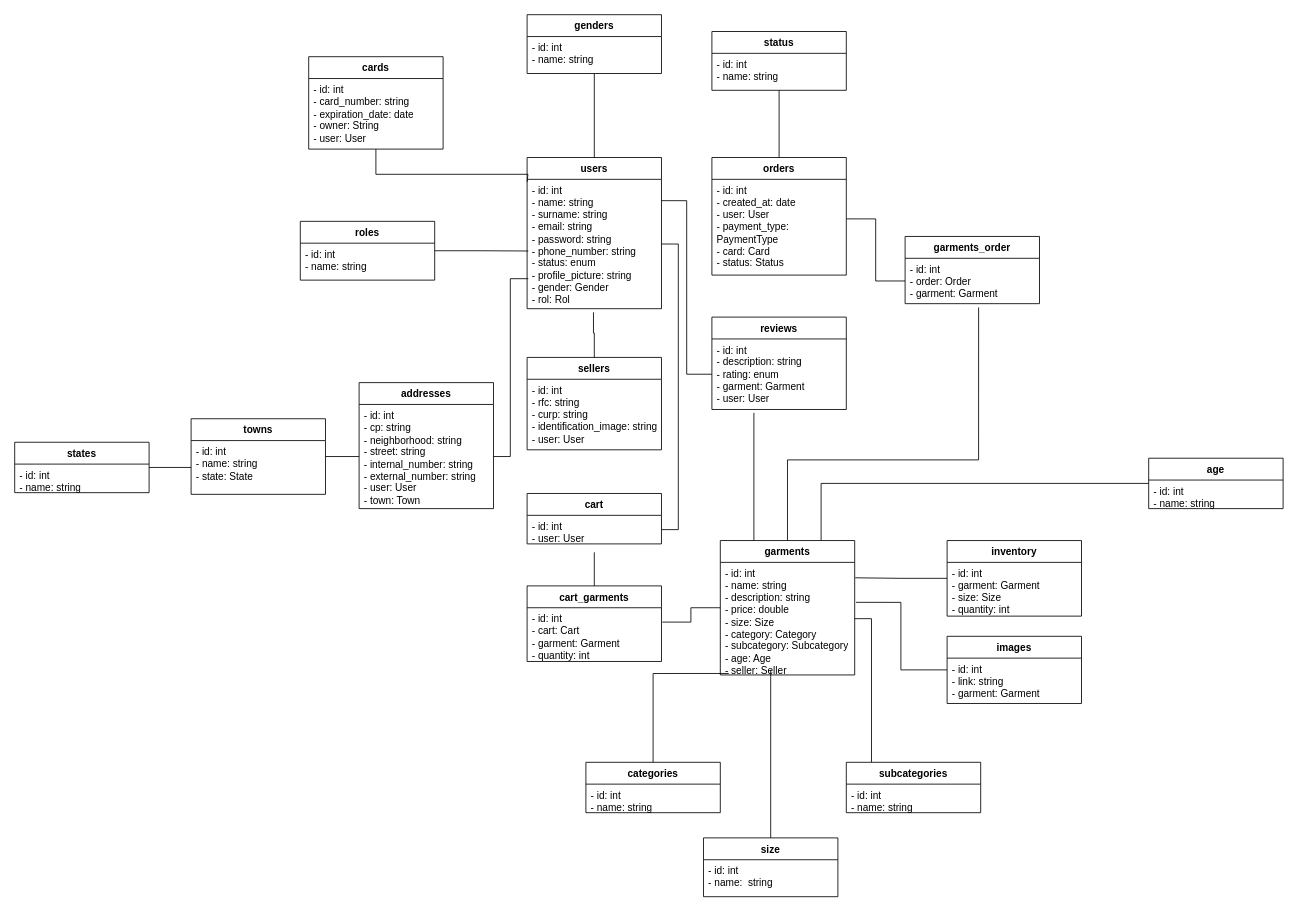
EmilianoChofis/c4CarsiShop keeps this draw.io diagram as page "Codigo" (5 of 10) of Diagrama/c4CarsiShop.drawio. Above is the earlier version. Source tidied: cells renumbered, new cells numbered last; positions are measured from the earlier drawing's top-left corner, leaving out a move shared by most shapes. Both pictures are drawn from the tidied source at 84%, with x=0, y=0 at pixel (14, 14).
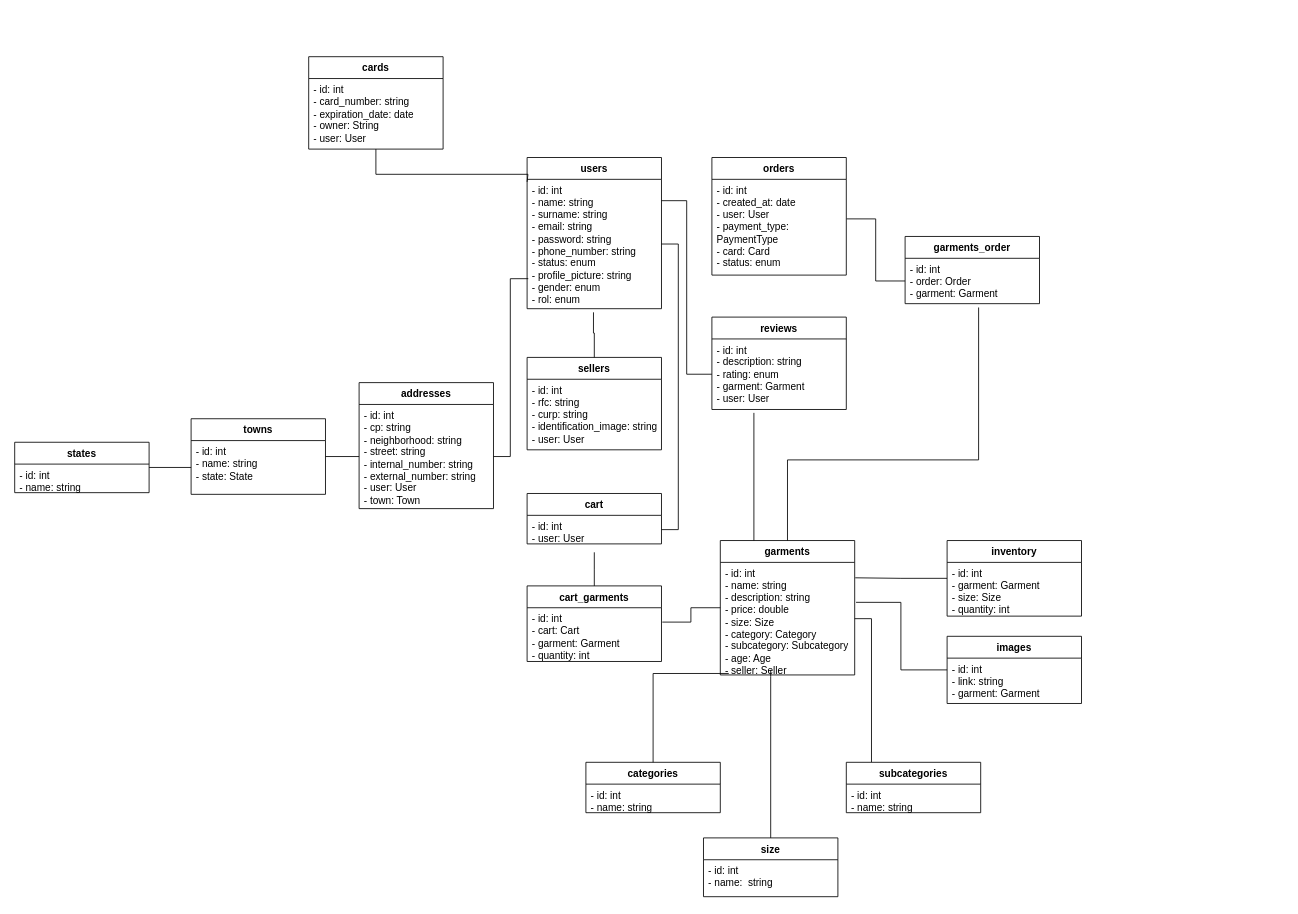
The same diagram, later.

Commit message:
codigfo actulizado a nuevo esquema

Unchanged cells that the change refers to:
```xml
<mxCell id="4" value="users" style="swimlane;fontStyle=1;align=center;verticalAlign=top;horizontal=1;startSize=26;whiteSpace=wrap;html=1;" parent="1" vertex="1">
  <mxGeometry x="610" y="170" width="160" height="180" as="geometry" />
</mxCell>
<mxCell id="20" value="orders" style="swimlane;fontStyle=1;align=center;verticalAlign=top;horizontal=1;startSize=26;whiteSpace=wrap;html=1;" parent="1" vertex="1">
  <mxGeometry x="830" y="170" width="160" height="140" as="geometry" />
</mxCell>
<mxCell id="26" value="garments" style="swimlane;fontStyle=1;align=center;verticalAlign=top;horizontal=1;startSize=26;whiteSpace=wrap;html=1;" parent="1" vertex="1">
  <mxGeometry x="840" y="626" width="160" height="160" as="geometry" />
</mxCell>
```

The edit, as a diff of the source:
```diff
@@
-    <mxCell id="2" value="roles" style="swimlane;fontStyle=1;align=center;verticalAlign=top;horizontal=1;startSize=26;whiteSpace=wrap;html=1;" parent="1" vertex="1">
-      <mxGeometry x="340" y="246" width="160" height="70" as="geometry" />
-    </mxCell>
-    <mxCell id="3" value="- id: int&lt;div&gt;- name: string&lt;/div&gt;" style="text;strokeColor=none;fillColor=none;align=left;verticalAlign=top;spacingLeft=4;spacingRight=4;overflow=hidden;whiteSpace=wrap;html=1;" parent="2" vertex="1">
-      <mxGeometry y="26" width="160" height="44" as="geometry" />
-    </mxCell>
@@
-    <mxCell id="5" value="- id: int&lt;div&gt;- name: string&lt;/div&gt;&lt;div&gt;- surname: string&lt;/div&gt;&lt;div&gt;- email: string&lt;/div&gt;&lt;div&gt;- password: string&lt;/div&gt;&lt;div&gt;- phone_number: string&lt;/div&gt;&lt;div&gt;- status: enum&lt;/div&gt;&lt;div&gt;- profile_picture: string&lt;/div&gt;&lt;div&gt;- gender: Gender&lt;/div&gt;&lt;div&gt;- rol: Rol&lt;/div&gt;" style="text;strokeColor=none;fillColor=none;align=left;verticalAlign=top;spacingLeft=4;spacingRight=4;overflow=hidden;points=[[0,0.5],[1,0.5]];portConstraint=eastwest;whiteSpace=wrap;html=1;" parent="4" vertex="1">
+    <mxCell id="5" value="- id: int&lt;div&gt;- name: string&lt;/div&gt;&lt;div&gt;- surname: string&lt;/div&gt;&lt;div&gt;- email: string&lt;/div&gt;&lt;div&gt;- password: string&lt;/div&gt;&lt;div&gt;- phone_number: string&lt;/div&gt;&lt;div&gt;- status: enum&lt;/div&gt;&lt;div&gt;- profile_picture: string&lt;/div&gt;&lt;div&gt;- gender: enum&lt;/div&gt;&lt;div&gt;- rol: enum&lt;/div&gt;" style="text;strokeColor=none;fillColor=none;align=left;verticalAlign=top;spacingLeft=4;spacingRight=4;overflow=hidden;points=[[0,0.5],[1,0.5]];portConstraint=eastwest;whiteSpace=wrap;html=1;" parent="4" vertex="1">
       <mxGeometry y="26" width="160" height="154" as="geometry" />
     </mxCell>
-    <mxCell id="6" style="edgeStyle=orthogonalEdgeStyle;rounded=0;jettySize=auto;html=1;endArrow=none;endFill=0;" parent="1" edge="1" source="7" target="4">
-      <mxGeometry relative="1" as="geometry" />
-    </mxCell>
-    <mxCell id="7" value="genders" style="swimlane;fontStyle=1;align=center;verticalAlign=top;horizontal=1;startSize=26;whiteSpace=wrap;html=1;" parent="1" vertex="1">
-      <mxGeometry x="610" width="160" height="70" as="geometry" />
-    </mxCell>
-    <mxCell id="8" value="- id: int&lt;div&gt;- name: string&lt;/div&gt;" style="text;strokeColor=none;fillColor=none;align=left;verticalAlign=top;spacingLeft=4;spacingRight=4;overflow=hidden;whiteSpace=wrap;html=1;" parent="7" vertex="1">
-      <mxGeometry y="26" width="160" height="44" as="geometry" />
-    </mxCell>
@@
-    <mxCell id="17" style="edgeStyle=orthogonalEdgeStyle;rounded=0;jettySize=auto;html=1;endArrow=none;endFill=0;" parent="1" edge="1" source="18" target="20">
-      <mxGeometry relative="1" as="geometry" />
-    </mxCell>
-    <mxCell id="18" value="status" style="swimlane;fontStyle=1;align=center;verticalAlign=top;horizontal=1;startSize=26;whiteSpace=wrap;html=1;" parent="1" vertex="1">
-      <mxGeometry x="830" y="20" width="160" height="70" as="geometry" />
-    </mxCell>
-    <mxCell id="19" value="- id: int&lt;div&gt;- name: string&lt;/div&gt;" style="text;strokeColor=none;fillColor=none;align=left;verticalAlign=top;spacingLeft=4;spacingRight=4;overflow=hidden;whiteSpace=wrap;html=1;" parent="18" vertex="1">
-      <mxGeometry y="26" width="160" height="44" as="geometry" />
-    </mxCell>
@@
-    <mxCell id="21" value="- id: int&lt;div&gt;- created_at: date&lt;/div&gt;&lt;div&gt;- user: User&lt;br&gt;&lt;/div&gt;&lt;div&gt;- payment_type: PaymentType&lt;/div&gt;&lt;div&gt;- card: Card&lt;/div&gt;&lt;div&gt;- status: Status&lt;/div&gt;" style="text;strokeColor=none;fillColor=none;align=left;verticalAlign=top;spacingLeft=4;spacingRight=4;overflow=hidden;points=[[0,0.5],[1,0.5]];portConstraint=eastwest;whiteSpace=wrap;html=1;" parent="20" vertex="1">
+    <mxCell id="21" value="- id: int&lt;div&gt;- created_at: date&lt;/div&gt;&lt;div&gt;- user: User&lt;br&gt;&lt;/div&gt;&lt;div&gt;- payment_type: PaymentType&lt;/div&gt;&lt;div&gt;- card: Card&lt;/div&gt;&lt;div&gt;- status: enum&lt;/div&gt;" style="text;strokeColor=none;fillColor=none;align=left;verticalAlign=top;spacingLeft=4;spacingRight=4;overflow=hidden;points=[[0,0.5],[1,0.5]];portConstraint=eastwest;whiteSpace=wrap;html=1;" parent="20" vertex="1">
       <mxGeometry y="26" width="160" height="114" as="geometry" />
     </mxCell>
@@
-    <mxCell id="28" style="edgeStyle=orthogonalEdgeStyle;rounded=0;jettySize=auto;html=1;endArrow=none;endFill=0;entryX=0.75;entryY=0;entryDx=0;entryDy=0;" parent="1" edge="1" source="29" target="26">
-      <mxGeometry relative="1" as="geometry" />
-    </mxCell>
-    <mxCell id="29" value="age" style="swimlane;fontStyle=1;align=center;verticalAlign=top;horizontal=1;startSize=26;whiteSpace=wrap;html=1;" parent="1" vertex="1">
-      <mxGeometry x="1350" y="528" width="160" height="60" as="geometry" />
-    </mxCell>
-    <mxCell id="30" value="- id: int&lt;br&gt;&lt;div&gt;- name: string&lt;/div&gt;" style="text;strokeColor=none;fillColor=none;align=left;verticalAlign=top;spacingLeft=4;spacingRight=4;overflow=hidden;whiteSpace=wrap;html=1;" parent="29" vertex="1">
-      <mxGeometry y="26" width="160" height="34" as="geometry" />
-    </mxCell>
@@
-    <mxCell id="50" style="edgeStyle=orthogonalEdgeStyle;rounded=0;jettySize=auto;html=1;entryX=0.009;entryY=0.554;entryDx=0;entryDy=0;entryPerimeter=0;endArrow=none;endFill=0;" parent="1" edge="1" source="2" target="5">
-      <mxGeometry relative="1" as="geometry" />
-    </mxCell>
```
